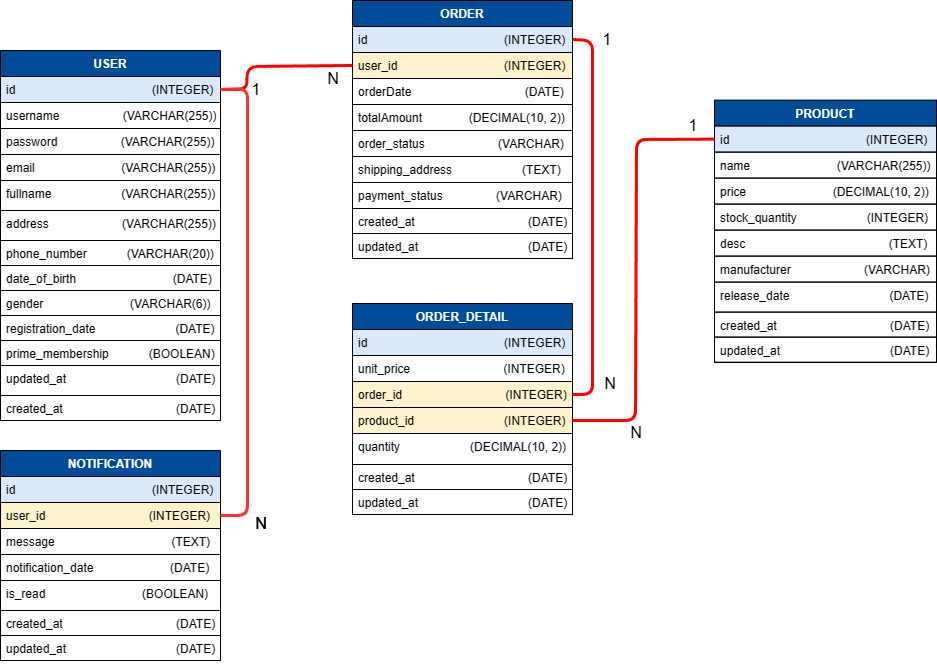
Before: images/phat/DB_Design-release.png, a diagram exported from draw.io (LittleLegend-Pengiun/Thesis-ecommerce-k8s). Source tidied: cells renumbered, new cells last; positions are measured from the earlier drawing's top-left corner, leaving out a move shared by most shapes.
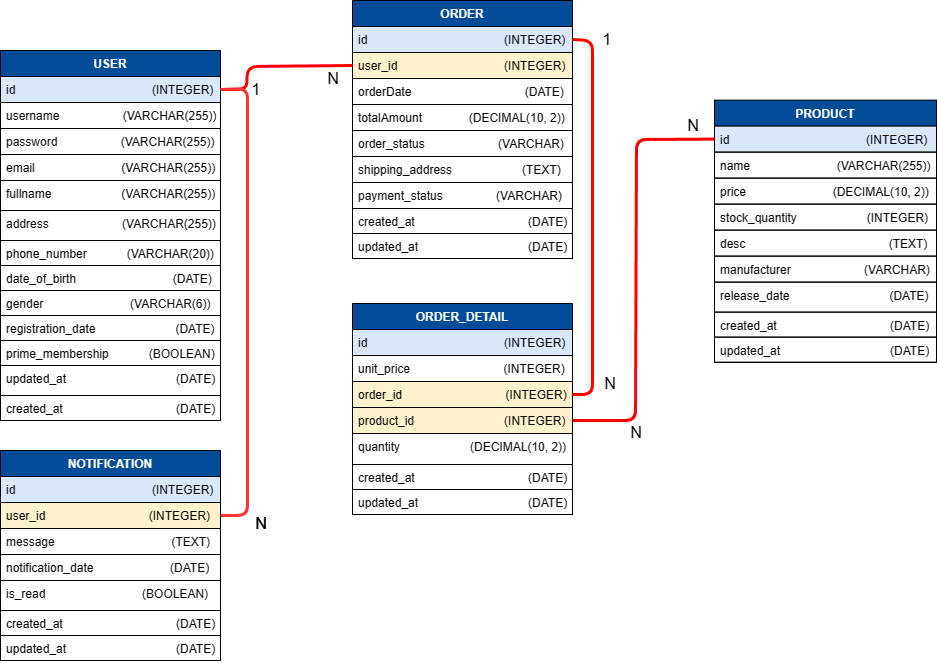
The same file after the commit.

Diff of the diagram source:
```diff
@@ -190,7 +190,7 @@
     <mxCell id="57" value="&lt;font style=&quot;font-size: 16px;&quot;&gt;1&lt;/font&gt;" style="text;html=1;strokeColor=none;fillColor=none;align=center;verticalAlign=middle;whiteSpace=wrap;rounded=0;" parent="1" vertex="1">
       <mxGeometry x="594" y="33" width="26" height="11" as="geometry" />
     </mxCell>
-    <mxCell id="58" value="&lt;font style=&quot;font-size: 16px;&quot;&gt;1&lt;/font&gt;" style="text;html=1;strokeColor=none;fillColor=none;align=center;verticalAlign=middle;whiteSpace=wrap;rounded=0;" parent="1" vertex="1">
+    <mxCell id="58" value="&lt;font style=&quot;font-size: 16px;&quot;&gt;N&lt;/font&gt;" style="text;html=1;strokeColor=none;fillColor=none;align=center;verticalAlign=middle;whiteSpace=wrap;rounded=0;" parent="1" vertex="1">
       <mxGeometry x="680" y="119" width="26" height="11" as="geometry" />
     </mxCell>
     <mxCell id="59" value="&lt;font style=&quot;font-size: 16px;&quot;&gt;N&lt;/font&gt;" style="text;html=1;strokeColor=none;fillColor=none;align=center;verticalAlign=middle;whiteSpace=wrap;rounded=0;" parent="1" vertex="1">
```
